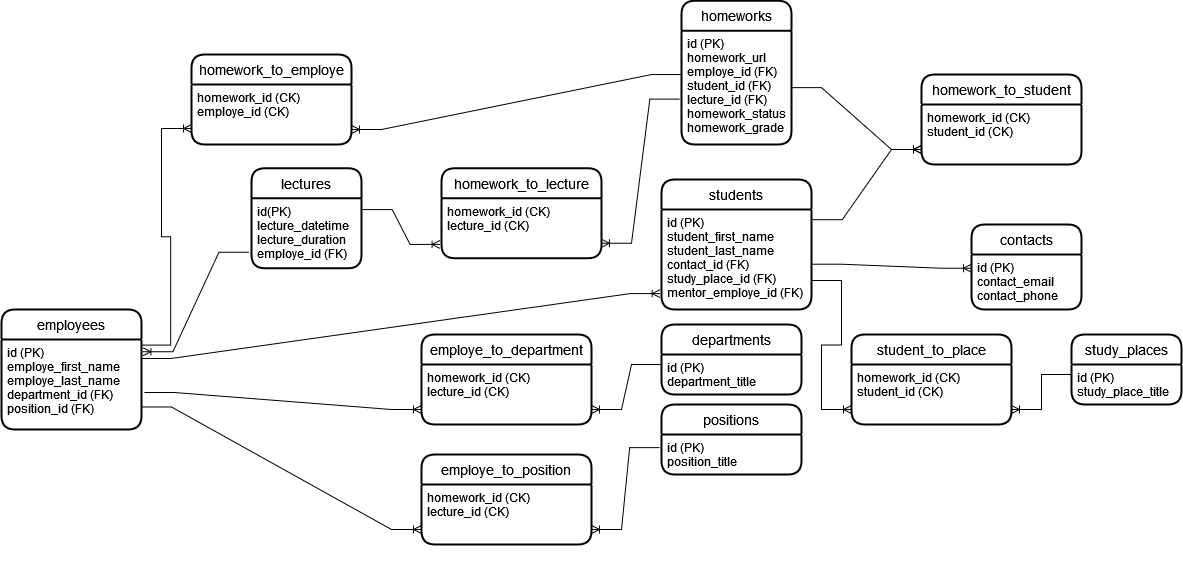
The draw.io diagram part2/KolesaDB.drawio.png in Kolesa-Education/kolesa-upgrade-homework-4, before a commit. Source tidied: cells renumbered, new cells last; positions are measured from the earlier drawing's top-left corner, leaving out a move shared by most shapes.
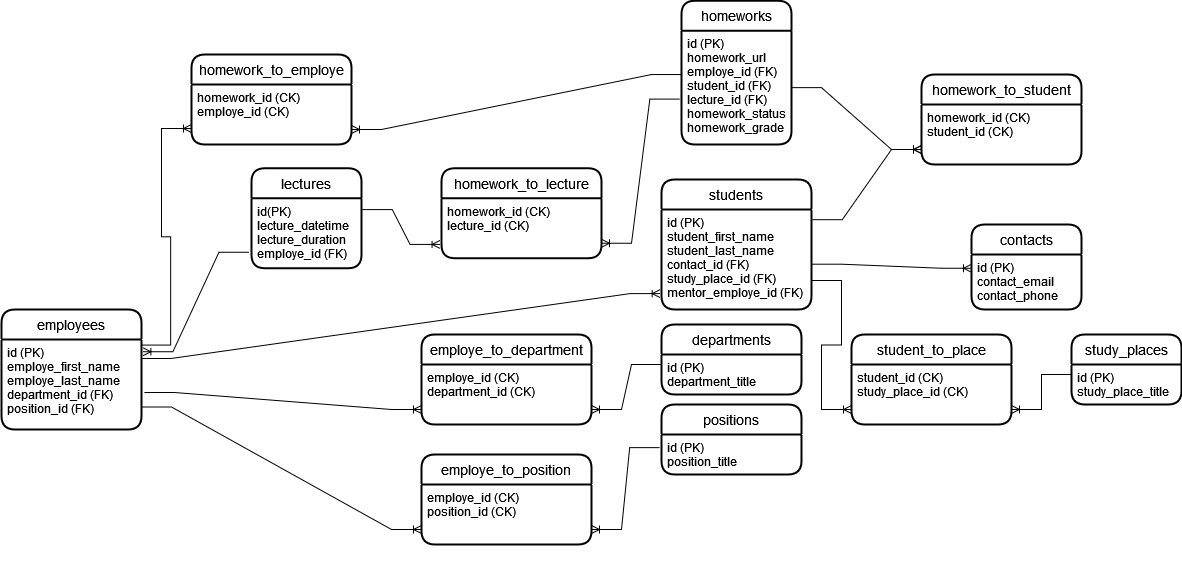
After the change.

Commit message:
выполняю задание 4.2

Change to the diagram source:
```diff
@@ -127,7 +127,7 @@
     <mxCell id="42" value="student_to_place" style="swimlane;horizontal=1;startSize=30;rounded=1;fontSize=14;fontStyle=0;strokeWidth=2;shadow=0;dashed=0;align=center;" parent="1" vertex="1">
       <mxGeometry x="850" y="334" width="160" height="90" as="geometry" />
     </mxCell>
-    <mxCell id="43" value="homework_id (CK) &#10;student_id (CK)" style="align=left;strokeColor=none;fillColor=none;spacingLeft=4;fontSize=12;verticalAlign=top;" parent="42" vertex="1">
+    <mxCell id="43" value="student_id (CK) &#10;study_place_id (CK)" style="align=left;strokeColor=none;fillColor=none;spacingLeft=4;fontSize=12;verticalAlign=top;" parent="42" vertex="1">
       <mxGeometry y="30" width="160" height="90" as="geometry" />
     </mxCell>
     <mxCell id="44" value="&#10;" style="align=left;strokeColor=none;fillColor=none;spacingLeft=4;fontSize=12;verticalAlign=top;" parent="42" vertex="1">
@@ -144,13 +144,13 @@
     <mxCell id="47" value="employe_to_department" style="swimlane;horizontal=1;startSize=30;rounded=1;fontSize=14;fontStyle=0;strokeWidth=2;shadow=0;dashed=0;align=center;" parent="1" vertex="1">
       <mxGeometry x="420" y="334" width="170" height="90" as="geometry" />
     </mxCell>
-    <mxCell id="48" value="homework_id (CK) &#10;lecture_id (CK)&#10;" style="align=left;strokeColor=none;fillColor=none;spacingLeft=4;fontSize=12;verticalAlign=top;" parent="47" vertex="1">
+    <mxCell id="48" value="employe_id (CK) &#10;department_id (CK)&#10;" style="align=left;strokeColor=none;fillColor=none;spacingLeft=4;fontSize=12;verticalAlign=top;" parent="47" vertex="1">
       <mxGeometry y="30" width="170" height="90" as="geometry" />
     </mxCell>
     <mxCell id="49" value="employe_to_position" style="swimlane;horizontal=1;startSize=30;rounded=1;fontSize=14;fontStyle=0;strokeWidth=2;shadow=0;dashed=0;align=center;" parent="47" vertex="1">
       <mxGeometry y="120" width="170" height="90" as="geometry" />
     </mxCell>
-    <mxCell id="50" value="homework_id (CK) &#10;lecture_id (CK)&#10;" style="align=left;strokeColor=none;fillColor=none;spacingLeft=4;fontSize=12;verticalAlign=top;" parent="49" vertex="1">
+    <mxCell id="50" value="employe_id (CK) &#10;position_id (CK)&#10;" style="align=left;strokeColor=none;fillColor=none;spacingLeft=4;fontSize=12;verticalAlign=top;" parent="49" vertex="1">
       <mxGeometry y="30" width="170" height="90" as="geometry" />
     </mxCell>
     <mxCell id="51" value="&#10;" style="align=left;strokeColor=none;fillColor=none;spacingLeft=4;fontSize=12;verticalAlign=top;" parent="49" vertex="1">
```
